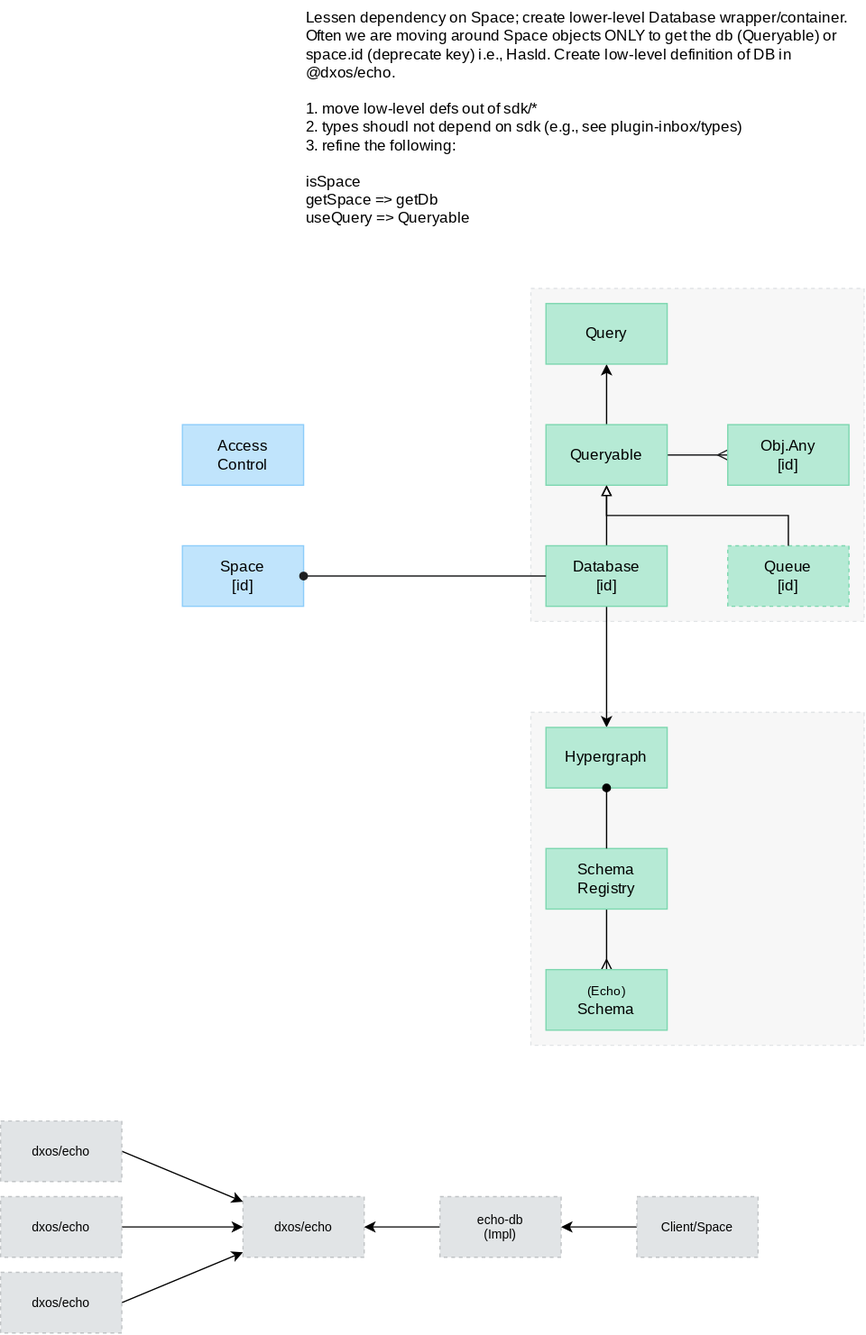
Before: packages/core/echo/echo/docs/api.drawio.svg, a diagram exported from draw.io (dxos/dxos). Source tidied: cells renumbered, new cells last; positions are measured from the earlier drawing's top-left corner, leaving out a move shared by most shapes.
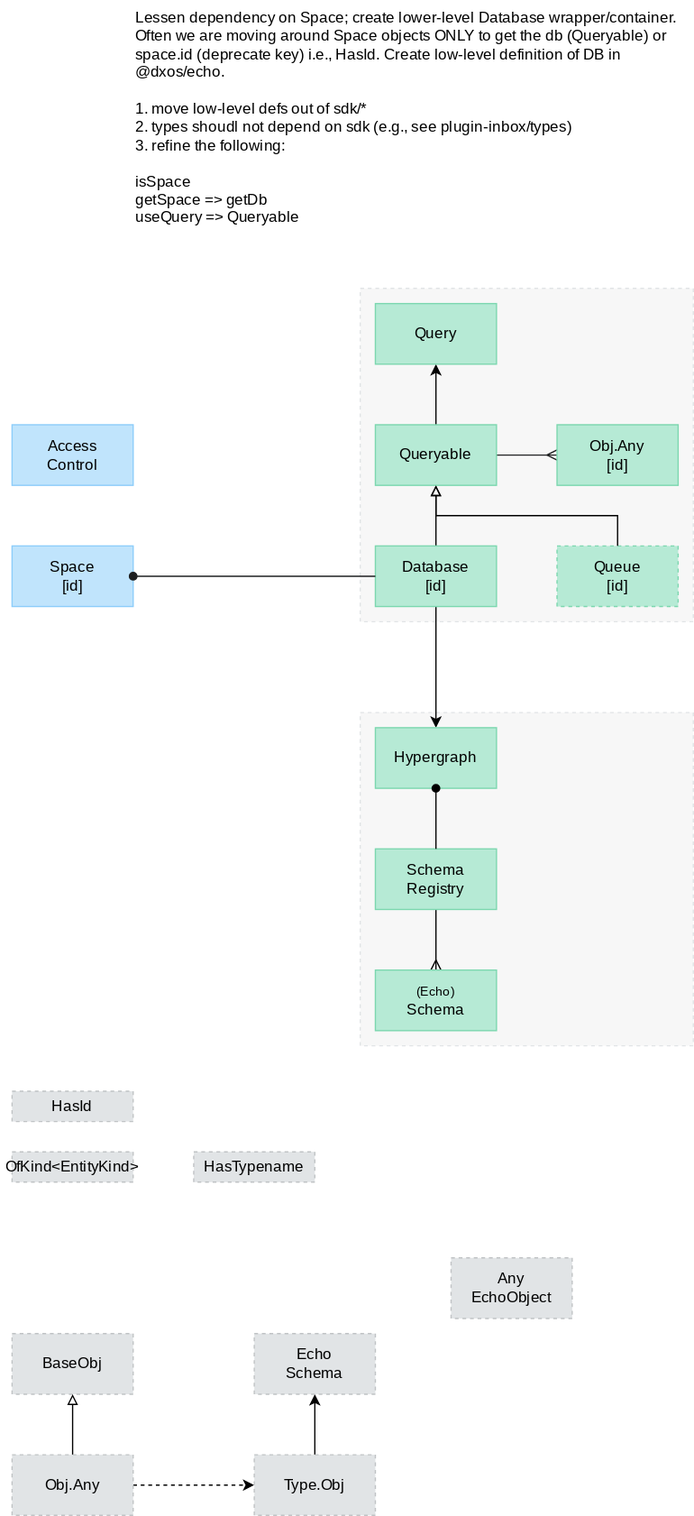
The same file after the commit.

Diff of the diagram source:
```diff
@@ -70,38 +70,38 @@
     <mxCell id="22" value="Query" style="rounded=0;whiteSpace=wrap;html=1;fillColor=#B6EAD5;fontColor=#000000;strokeColor=#7CD7AF;fontFamily=Space Grotesk;fontSource=https%3A%2F%2Ffonts.googleapis.com%2Fcss%3Ffamily%3DSpace%2BGrotesk;" parent="1" vertex="1">
       <mxGeometry x="432" y="240" width="96" height="48" as="geometry" />
     </mxCell>
-    <mxCell id="23" value="dxos/echo" style="rounded=0;whiteSpace=wrap;html=1;dashed=1;fontSize=10;fillColor=#E1E4E6;fontColor=#000000;strokeColor=#C0C3C5;" parent="1" vertex="1">
-      <mxGeometry x="192" y="948" width="96" height="48" as="geometry" />
-    </mxCell>
-    <mxCell id="24" style="edgeStyle=none;html=1;exitX=1;exitY=0.5;exitDx=0;exitDy=0;fontSize=10;startArrow=none;startFill=0;endArrow=classic;endFill=1;" parent="1" edge="1" source="25" target="23">
-      <mxGeometry relative="1" as="geometry" />
-    </mxCell>
-    <mxCell id="25" value="dxos/echo" style="rounded=0;whiteSpace=wrap;html=1;dashed=1;fontSize=10;fillColor=#E1E4E6;fontColor=#000000;strokeColor=#C0C3C5;" parent="1" vertex="1">
-      <mxGeometry y="888" width="96" height="48" as="geometry" />
-    </mxCell>
-    <mxCell id="26" style="edgeStyle=none;html=1;exitX=1;exitY=0.5;exitDx=0;exitDy=0;fontSize=10;startArrow=none;startFill=0;endArrow=classic;endFill=1;" parent="1" edge="1" source="27" target="23">
-      <mxGeometry relative="1" as="geometry" />
-    </mxCell>
-    <mxCell id="27" value="dxos/echo" style="rounded=0;whiteSpace=wrap;html=1;dashed=1;fontSize=10;fillColor=#E1E4E6;fontColor=#000000;strokeColor=#C0C3C5;" parent="1" vertex="1">
-      <mxGeometry y="948" width="96" height="48" as="geometry" />
-    </mxCell>
-    <mxCell id="28" style="edgeStyle=none;html=1;exitX=1;exitY=0.5;exitDx=0;exitDy=0;fontSize=10;startArrow=none;startFill=0;endArrow=classic;endFill=1;" parent="1" edge="1" source="29" target="23">
-      <mxGeometry relative="1" as="geometry" />
-    </mxCell>
-    <mxCell id="29" value="dxos/echo" style="rounded=0;whiteSpace=wrap;html=1;dashed=1;fontSize=10;fillColor=#E1E4E6;fontColor=#000000;strokeColor=#C0C3C5;" parent="1" vertex="1">
-      <mxGeometry y="1008" width="96" height="48" as="geometry" />
-    </mxCell>
-    <mxCell id="30" style="edgeStyle=none;html=1;fontSize=10;startArrow=none;startFill=0;endArrow=classic;endFill=1;" parent="1" edge="1" source="31" target="23">
-      <mxGeometry relative="1" as="geometry" />
-    </mxCell>
-    <mxCell id="31" value="echo-db&lt;br&gt;(Impl)" style="rounded=0;whiteSpace=wrap;html=1;dashed=1;fontSize=10;fillColor=#E1E4E6;fontColor=#000000;strokeColor=#C0C3C5;" parent="1" vertex="1">
-      <mxGeometry x="348" y="948" width="96" height="48" as="geometry" />
-    </mxCell>
+    <mxCell id="33" value="HasId" style="rounded=0;whiteSpace=wrap;html=1;dashed=1;fontSize=12;fillColor=#E1E4E6;fontColor=#000000;strokeColor=#C0C3C5;fontFamily=Space Grotesk;fontSource=https%3A%2F%2Ffonts.googleapis.com%2Fcss%3Ffamily%3DSpace%2BGrotesk;" parent="1" vertex="1">
+      <mxGeometry x="144" y="864" width="96" height="24" as="geometry" />
+    </mxCell>
-    <mxCell id="32" style="edgeStyle=none;html=1;exitX=0;exitY=0.5;exitDx=0;exitDy=0;fontSize=10;startArrow=none;startFill=0;endArrow=classic;endFill=1;" parent="1" edge="1" source="33" target="31">
-      <mxGeometry relative="1" as="geometry" />
+    <mxCell id="32" value="HasTypename" style="rounded=0;whiteSpace=wrap;html=1;dashed=1;fontSize=12;fillColor=#E1E4E6;fontColor=#000000;strokeColor=#C0C3C5;fontFamily=Space Grotesk;fontSource=https%3A%2F%2Ffonts.googleapis.com%2Fcss%3Ffamily%3DSpace%2BGrotesk;" parent="1" vertex="1">
+      <mxGeometry x="288" y="912" width="96" height="24" as="geometry" />
     </mxCell>
-    <mxCell id="33" value="Client/Space" style="rounded=0;whiteSpace=wrap;html=1;dashed=1;fontSize=10;fillColor=#E1E4E6;fontColor=#000000;strokeColor=#C0C3C5;" parent="1" vertex="1">
-      <mxGeometry x="504" y="948" width="96" height="48" as="geometry" />
-    </mxCell>
+    <mxCell id="34" value="Any&lt;br&gt;EchoObject" style="rounded=0;whiteSpace=wrap;html=1;dashed=1;fontSize=12;fillColor=#E1E4E6;fontColor=#000000;strokeColor=#C0C3C5;fontFamily=Space Grotesk;fontSource=https%3A%2F%2Ffonts.googleapis.com%2Fcss%3Ffamily%3DSpace%2BGrotesk;" parent="1" vertex="1">
+      <mxGeometry x="492" y="996" width="96" height="48" as="geometry" />
+    </mxCell>
+    <mxCell id="35" value="BaseObj" style="rounded=0;whiteSpace=wrap;html=1;dashed=1;fontSize=12;fillColor=#E1E4E6;fontColor=#000000;strokeColor=#C0C3C5;fontFamily=Space Grotesk;fontSource=https%3A%2F%2Ffonts.googleapis.com%2Fcss%3Ffamily%3DSpace%2BGrotesk;" parent="1" vertex="1">
+      <mxGeometry x="144" y="1056" width="96" height="48" as="geometry" />
+    </mxCell>
+    <mxCell id="36" value="OfKind&amp;lt;EntityKind&amp;gt;" style="rounded=0;whiteSpace=wrap;html=1;dashed=1;fontSize=12;fillColor=#E1E4E6;fontColor=#000000;strokeColor=#C0C3C5;fontFamily=Space Grotesk;fontSource=https%3A%2F%2Ffonts.googleapis.com%2Fcss%3Ffamily%3DSpace%2BGrotesk;" parent="1" vertex="1">
+      <mxGeometry x="144" y="912" width="96" height="24" as="geometry" />
+    </mxCell>
+    <mxCell id="37" style="edgeStyle=none;html=1;exitX=0.5;exitY=0;exitDx=0;exitDy=0;endArrow=block;endFill=0;" parent="1" edge="1" source="39" target="35">
+      <mxGeometry relative="1" as="geometry" />
+    </mxCell>
+    <mxCell id="38" style="edgeStyle=none;html=1;exitX=1;exitY=0.5;exitDx=0;exitDy=0;endArrow=classic;endFill=1;dashed=1;" parent="1" edge="1" source="39" target="41">
+      <mxGeometry relative="1" as="geometry" />
+    </mxCell>
+    <mxCell id="39" value="Obj.Any" style="rounded=0;whiteSpace=wrap;html=1;dashed=1;fontSize=12;fillColor=#E1E4E6;fontColor=#000000;strokeColor=#C0C3C5;fontFamily=Space Grotesk;fontSource=https%3A%2F%2Ffonts.googleapis.com%2Fcss%3Ffamily%3DSpace%2BGrotesk;" parent="1" vertex="1">
+      <mxGeometry x="144" y="1152" width="96" height="48" as="geometry" />
+    </mxCell>
+    <mxCell id="40" style="edgeStyle=none;html=1;exitX=0.5;exitY=0;exitDx=0;exitDy=0;endArrow=classic;endFill=1;" parent="1" edge="1" source="41" target="42">
+      <mxGeometry relative="1" as="geometry" />
+    </mxCell>
+    <mxCell id="41" value="Type.Obj" style="rounded=0;whiteSpace=wrap;html=1;dashed=1;fontSize=12;fillColor=#E1E4E6;fontColor=#000000;strokeColor=#C0C3C5;fontFamily=Space Grotesk;fontSource=https%3A%2F%2Ffonts.googleapis.com%2Fcss%3Ffamily%3DSpace%2BGrotesk;" parent="1" vertex="1">
+      <mxGeometry x="336" y="1152" width="96" height="48" as="geometry" />
+    </mxCell>
+    <mxCell id="42" value="Echo&lt;br&gt;Schema" style="rounded=0;whiteSpace=wrap;html=1;dashed=1;fontSize=12;fillColor=#E1E4E6;fontColor=#000000;strokeColor=#C0C3C5;fontFamily=Space Grotesk;fontSource=https%3A%2F%2Ffonts.googleapis.com%2Fcss%3Ffamily%3DSpace%2BGrotesk;" parent="1" vertex="1">
+      <mxGeometry x="336" y="1056" width="96" height="48" as="geometry" />
+    </mxCell>
   </root>
 </mxGraphModel>
```
